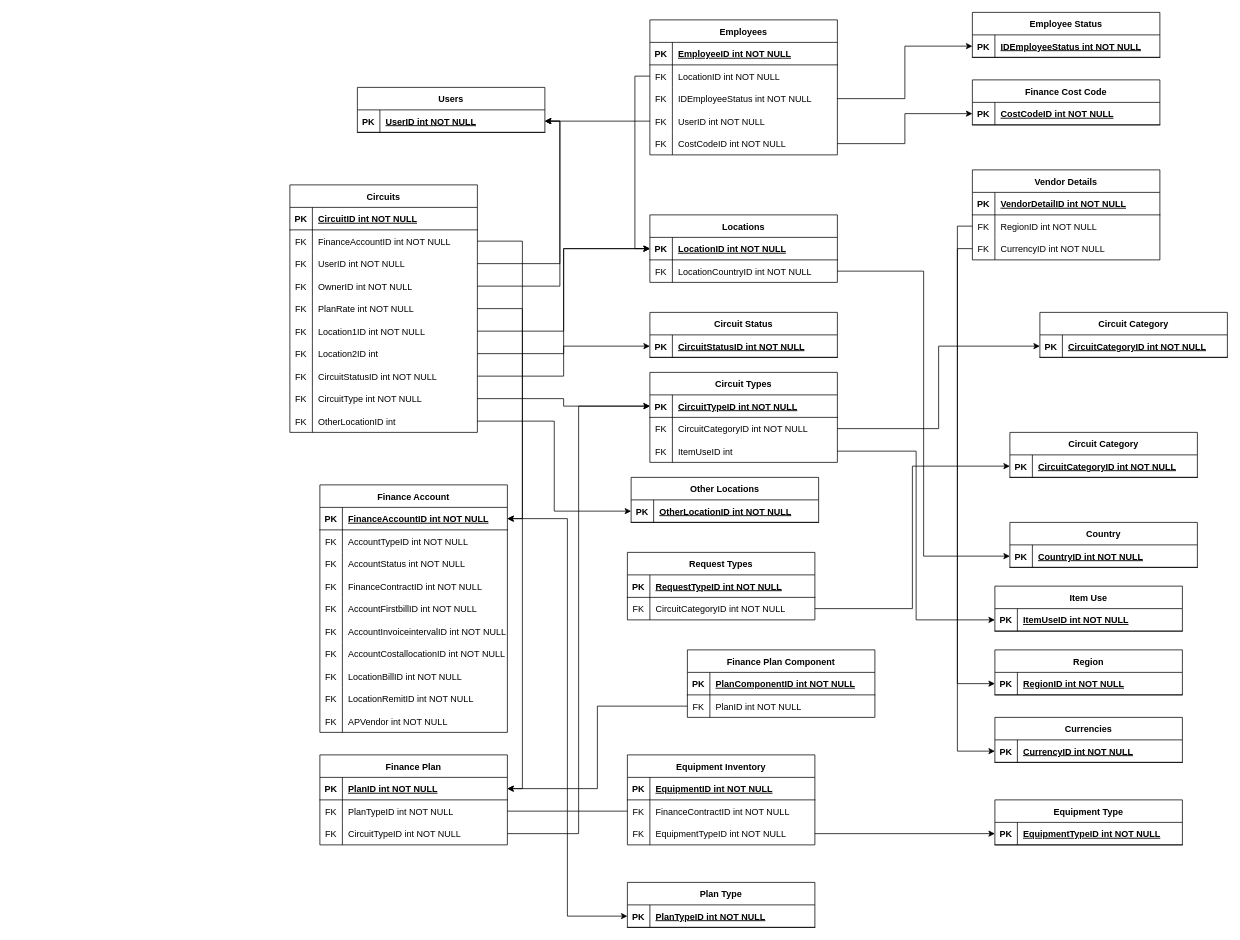
This is table-relationship.drawio from delatorrepsyche/Flowcharts, a draw.io file, before an edit. Source tidied: cells renumbered, new cells numbered last; positions are measured from the earlier drawing's top-left corner, leaving out a move shared by most shapes. Both pictures are drawn from the tidied source at 75%, with x=0, y=0 at pixel (290, 12).
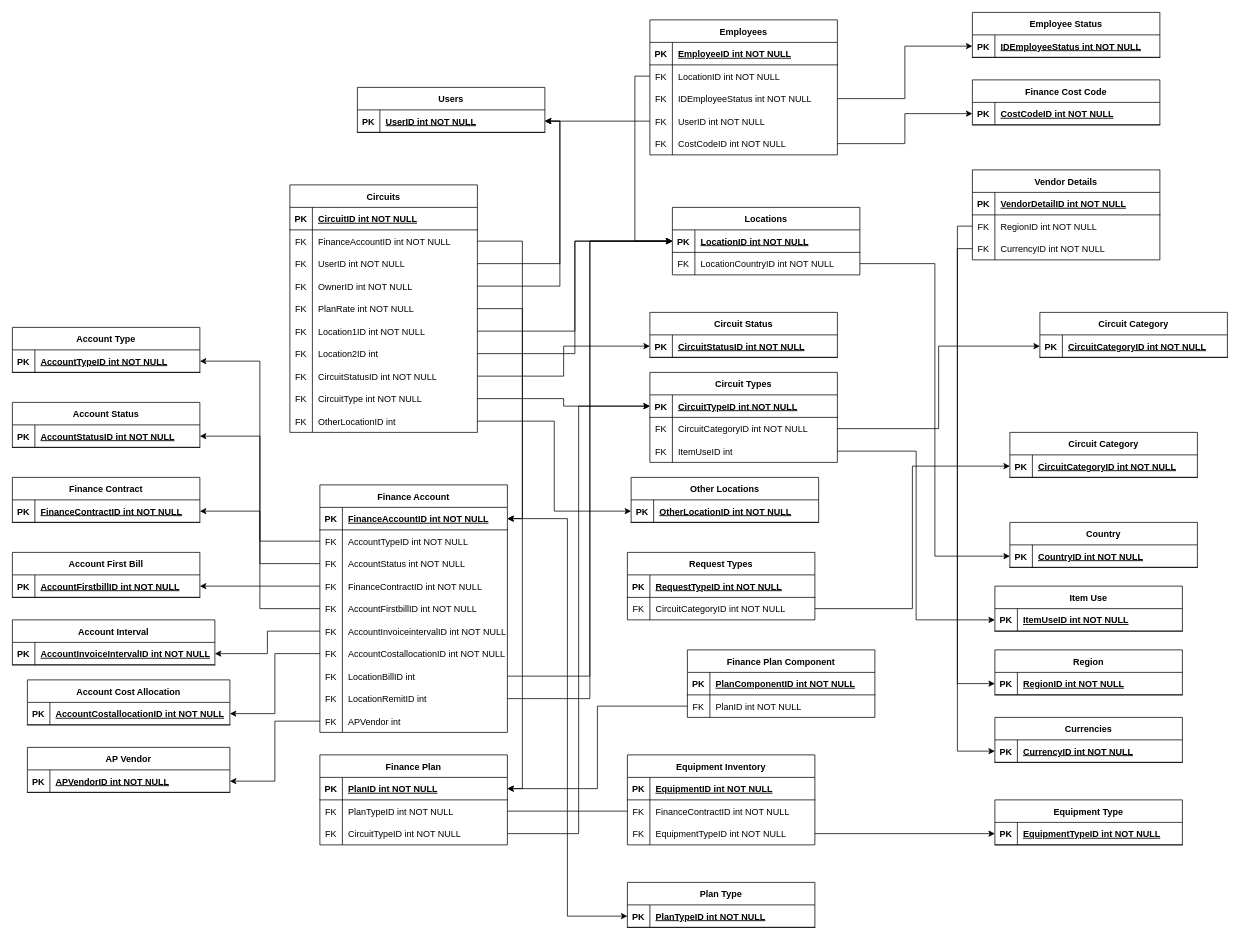
The same diagram, later.

Unchanged cells that the change refers to:
```xml
<mxCell id="19" style="shape=partialRectangle;fillColor=none;points=[[0,0.5],[1,0.5]];portConstraint=eastwest;top=0;left=0;right=0;bottom=1;" parent="18" vertex="1">
  <mxGeometry y="30" width="250" height="30" as="geometry" />
</mxCell>
<mxCell id="33" style="shape=partialRectangle;fillColor=none;points=[[0,0.5],[1,0.5]];portConstraint=eastwest;top=0;left=0;right=0;bottom=0;" parent="29" vertex="1">
  <mxGeometry y="60" width="250" height="30" as="geometry" />
</mxCell>
<mxCell id="36" style="shape=partialRectangle;fillColor=none;points=[[0,0.5],[1,0.5]];portConstraint=eastwest;top=0;left=0;right=0;bottom=0;" parent="29" vertex="1">
  <mxGeometry y="90" width="250" height="30" as="geometry" />
</mxCell>
<mxCell id="39" style="shape=partialRectangle;fillColor=none;points=[[0,0.5],[1,0.5]];portConstraint=eastwest;top=0;left=0;right=0;bottom=0;" parent="29" vertex="1">
  <mxGeometry y="120" width="250" height="30" as="geometry" />
</mxCell>
<mxCell id="42" style="shape=partialRectangle;fillColor=none;points=[[0,0.5],[1,0.5]];portConstraint=eastwest;top=0;left=0;right=0;bottom=0;" parent="29" vertex="1">
  <mxGeometry y="150" width="250" height="30" as="geometry" />
</mxCell>
<mxCell id="45" style="shape=partialRectangle;fillColor=none;points=[[0,0.5],[1,0.5]];portConstraint=eastwest;top=0;left=0;right=0;bottom=0;" parent="29" vertex="1">
  <mxGeometry y="180" width="250" height="30" as="geometry" />
</mxCell>
<mxCell id="48" style="shape=partialRectangle;fillColor=none;points=[[0,0.5],[1,0.5]];portConstraint=eastwest;top=0;left=0;right=0;bottom=0;" parent="29" vertex="1">
  <mxGeometry y="210" width="250" height="30" as="geometry" />
</mxCell>
<mxCell id="51" style="shape=partialRectangle;fillColor=none;points=[[0,0.5],[1,0.5]];portConstraint=eastwest;top=0;left=0;right=0;bottom=0;" parent="29" vertex="1">
  <mxGeometry y="240" width="250" height="30" as="geometry" />
</mxCell>
<mxCell id="54" style="shape=partialRectangle;fillColor=none;points=[[0,0.5],[1,0.5]];portConstraint=eastwest;top=0;left=0;right=0;bottom=0;" parent="29" vertex="1">
  <mxGeometry y="270" width="250" height="30" as="geometry" />
</mxCell>
<mxCell id="57" style="shape=partialRectangle;fillColor=none;points=[[0,0.5],[1,0.5]];portConstraint=eastwest;top=0;left=0;right=0;bottom=0;" parent="29" vertex="1">
  <mxGeometry y="300" width="250" height="30" as="geometry" />
</mxCell>
```

Diff of the diagram source:
```diff
@@
     <mxCell id="18" value="Locations" style="shape=table;startSize=30;childLayout=tableLayout;rowLines=0;fontStyle=1;align=center;" parent="1" vertex="1">
-      <mxGeometry x="480" y="270" width="250" height="90" as="geometry" />
+      <mxGeometry x="510" y="260" width="250" height="90" as="geometry" />
     </mxCell>
@@
-    <mxCell id="53" value="LocationBillID int NOT NULL" style="shape=partialRectangle;overflow=hidden;fillColor=none;top=0;left=0;bottom=0;right=0;align=left;spacingLeft=6;" parent="51" vertex="1">
+    <mxCell id="53" value="LocationBillID int " style="shape=partialRectangle;overflow=hidden;fillColor=none;top=0;left=0;bottom=0;right=0;align=left;spacingLeft=6;" parent="51" vertex="1">
       <mxGeometry x="30" width="220" height="30" as="geometry" />
     </mxCell>
@@
-    <mxCell id="56" value="LocationRemitID int NOT NULL" style="shape=partialRectangle;overflow=hidden;fillColor=none;top=0;left=0;bottom=0;right=0;align=left;spacingLeft=6;" parent="54" vertex="1">
+    <mxCell id="56" value="LocationRemitID int" style="shape=partialRectangle;overflow=hidden;fillColor=none;top=0;left=0;bottom=0;right=0;align=left;spacingLeft=6;" parent="54" vertex="1">
       <mxGeometry x="30" width="220" height="30" as="geometry" />
     </mxCell>
@@
-    <mxCell id="59" value="APVendor int NOT NULL" style="shape=partialRectangle;overflow=hidden;fillColor=none;top=0;left=0;bottom=0;right=0;align=left;spacingLeft=6;" parent="57" vertex="1">
+    <mxCell id="59" value="APVendor int" style="shape=partialRectangle;overflow=hidden;fillColor=none;top=0;left=0;bottom=0;right=0;align=left;spacingLeft=6;" parent="57" vertex="1">
       <mxGeometry x="30" width="220" height="30" as="geometry" />
     </mxCell>
@@
+    <mxCell id="217" value="Account Type" style="shape=table;startSize=30;childLayout=tableLayout;rowLines=0;fontStyle=1;align=center;" parent="1" vertex="1">
+      <mxGeometry x="-370" y="420" width="250" height="60" as="geometry" />
+    </mxCell>
+    <mxCell id="218" style="shape=partialRectangle;fillColor=none;points=[[0,0.5],[1,0.5]];portConstraint=eastwest;top=0;left=0;right=0;bottom=1;" parent="217" vertex="1">
+      <mxGeometry y="30" width="250" height="30" as="geometry" />
+    </mxCell>
+    <mxCell id="219" value="PK" style="shape=partialRectangle;overflow=hidden;fillColor=none;top=0;left=0;bottom=0;right=0;fontStyle=1;" parent="218" vertex="1">
+      <mxGeometry width="30" height="30" as="geometry" />
+    </mxCell>
+    <mxCell id="220" value="AccountTypeID int NOT NULL " style="shape=partialRectangle;overflow=hidden;fillColor=none;top=0;left=0;bottom=0;right=0;align=left;spacingLeft=6;fontStyle=5;" parent="218" vertex="1">
+      <mxGeometry x="30" width="220" height="30" as="geometry" />
+    </mxCell>
+    <mxCell id="221" style="edgeStyle=orthogonalEdgeStyle;rounded=0;jettySize=auto;html=1;exitX=0;exitY=0.5;exitDx=0;exitDy=0;entryX=1;entryY=0.5;entryDx=0;entryDy=0;" parent="1" edge="1" source="33" target="218">
+      <mxGeometry relative="1" as="geometry" />
+    </mxCell>
+    <mxCell id="222" value="Account Status" style="shape=table;startSize=30;childLayout=tableLayout;rowLines=0;fontStyle=1;align=center;" parent="1" vertex="1">
+      <mxGeometry x="-370" y="520" width="250" height="60" as="geometry" />
+    </mxCell>
+    <mxCell id="223" style="shape=partialRectangle;fillColor=none;points=[[0,0.5],[1,0.5]];portConstraint=eastwest;top=0;left=0;right=0;bottom=1;" parent="222" vertex="1">
+      <mxGeometry y="30" width="250" height="30" as="geometry" />
+    </mxCell>
+    <mxCell id="224" value="PK" style="shape=partialRectangle;overflow=hidden;fillColor=none;top=0;left=0;bottom=0;right=0;fontStyle=1;" parent="223" vertex="1">
+      <mxGeometry width="30" height="30" as="geometry" />
+    </mxCell>
+    <mxCell id="225" value="AccountStatusID int NOT NULL " style="shape=partialRectangle;overflow=hidden;fillColor=none;top=0;left=0;bottom=0;right=0;align=left;spacingLeft=6;fontStyle=5;" parent="223" vertex="1">
+      <mxGeometry x="30" width="220" height="30" as="geometry" />
+    </mxCell>
+    <mxCell id="226" style="edgeStyle=orthogonalEdgeStyle;rounded=0;jettySize=auto;html=1;exitX=0;exitY=0.5;exitDx=0;exitDy=0;entryX=1;entryY=0.5;entryDx=0;entryDy=0;" parent="1" edge="1" source="36" target="223">
+      <mxGeometry relative="1" as="geometry" />
+    </mxCell>
+    <mxCell id="227" value="Finance Contract" style="shape=table;startSize=30;childLayout=tableLayout;rowLines=0;fontStyle=1;align=center;" parent="1" vertex="1">
+      <mxGeometry x="-370" y="620" width="250" height="60" as="geometry" />
+    </mxCell>
+    <mxCell id="228" style="shape=partialRectangle;fillColor=none;points=[[0,0.5],[1,0.5]];portConstraint=eastwest;top=0;left=0;right=0;bottom=1;" parent="227" vertex="1">
+      <mxGeometry y="30" width="250" height="30" as="geometry" />
+    </mxCell>
+    <mxCell id="229" value="PK" style="shape=partialRectangle;overflow=hidden;fillColor=none;top=0;left=0;bottom=0;right=0;fontStyle=1;" parent="228" vertex="1">
+      <mxGeometry width="30" height="30" as="geometry" />
+    </mxCell>
+    <mxCell id="230" value="FinanceContractID int NOT NULL " style="shape=partialRectangle;overflow=hidden;fillColor=none;top=0;left=0;bottom=0;right=0;align=left;spacingLeft=6;fontStyle=5;" parent="228" vertex="1">
+      <mxGeometry x="30" width="220" height="30" as="geometry" />
+    </mxCell>
+    <mxCell id="231" style="edgeStyle=orthogonalEdgeStyle;rounded=0;jettySize=auto;html=1;exitX=0;exitY=0.5;exitDx=0;exitDy=0;entryX=1;entryY=0.5;entryDx=0;entryDy=0;" parent="1" edge="1" source="39" target="228">
+      <mxGeometry relative="1" as="geometry" />
+    </mxCell>
+    <mxCell id="232" value="Account First Bill" style="shape=table;startSize=30;childLayout=tableLayout;rowLines=0;fontStyle=1;align=center;" parent="1" vertex="1">
+      <mxGeometry x="-370" y="720" width="250" height="60" as="geometry" />
+    </mxCell>
+    <mxCell id="233" style="shape=partialRectangle;fillColor=none;points=[[0,0.5],[1,0.5]];portConstraint=eastwest;top=0;left=0;right=0;bottom=1;" parent="232" vertex="1">
+      <mxGeometry y="30" width="250" height="30" as="geometry" />
+    </mxCell>
+    <mxCell id="234" value="PK" style="shape=partialRectangle;overflow=hidden;fillColor=none;top=0;left=0;bottom=0;right=0;fontStyle=1;" parent="233" vertex="1">
+      <mxGeometry width="30" height="30" as="geometry" />
+    </mxCell>
+    <mxCell id="235" value="AccountFirstbillID int NOT NULL " style="shape=partialRectangle;overflow=hidden;fillColor=none;top=0;left=0;bottom=0;right=0;align=left;spacingLeft=6;fontStyle=5;" parent="233" vertex="1">
+      <mxGeometry x="30" width="220" height="30" as="geometry" />
+    </mxCell>
+    <mxCell id="236" style="edgeStyle=orthogonalEdgeStyle;rounded=0;jettySize=auto;html=1;exitX=0;exitY=0.5;exitDx=0;exitDy=0;" parent="1" edge="1" source="42" target="233">
+      <mxGeometry relative="1" as="geometry" />
+    </mxCell>
+    <mxCell id="237" value="Account Interval" style="shape=table;startSize=30;childLayout=tableLayout;rowLines=0;fontStyle=1;align=center;" parent="1" vertex="1">
+      <mxGeometry x="-370" y="810" width="270" height="60" as="geometry" />
+    </mxCell>
+    <mxCell id="238" style="shape=partialRectangle;fillColor=none;points=[[0,0.5],[1,0.5]];portConstraint=eastwest;top=0;left=0;right=0;bottom=1;" parent="237" vertex="1">
+      <mxGeometry y="30" width="270" height="30" as="geometry" />
+    </mxCell>
+    <mxCell id="239" value="PK" style="shape=partialRectangle;overflow=hidden;fillColor=none;top=0;left=0;bottom=0;right=0;fontStyle=1;" parent="238" vertex="1">
+      <mxGeometry width="30" height="30" as="geometry" />
+    </mxCell>
+    <mxCell id="240" value="AccountInvoiceIntervalID int NOT NULL " style="shape=partialRectangle;overflow=hidden;fillColor=none;top=0;left=0;bottom=0;right=0;align=left;spacingLeft=6;fontStyle=5;" parent="238" vertex="1">
+      <mxGeometry x="30" width="240" height="30" as="geometry" />
+    </mxCell>
+    <mxCell id="241" style="edgeStyle=orthogonalEdgeStyle;rounded=0;jettySize=auto;html=1;exitX=0;exitY=0.5;exitDx=0;exitDy=0;entryX=1;entryY=0.5;entryDx=0;entryDy=0;" parent="1" edge="1" source="45" target="238">
+      <mxGeometry relative="1" as="geometry" />
+    </mxCell>
+    <mxCell id="242" value="Account Cost Allocation" style="shape=table;startSize=30;childLayout=tableLayout;rowLines=0;fontStyle=1;align=center;" parent="1" vertex="1">
+      <mxGeometry x="-350" y="890" width="270" height="60" as="geometry" />
+    </mxCell>
+    <mxCell id="243" style="shape=partialRectangle;fillColor=none;points=[[0,0.5],[1,0.5]];portConstraint=eastwest;top=0;left=0;right=0;bottom=1;" parent="242" vertex="1">
+      <mxGeometry y="30" width="270" height="30" as="geometry" />
+    </mxCell>
+    <mxCell id="244" value="PK" style="shape=partialRectangle;overflow=hidden;fillColor=none;top=0;left=0;bottom=0;right=0;fontStyle=1;" parent="243" vertex="1">
+      <mxGeometry width="30" height="30" as="geometry" />
+    </mxCell>
+    <mxCell id="245" value="AccountCostallocationID int NOT NULL " style="shape=partialRectangle;overflow=hidden;fillColor=none;top=0;left=0;bottom=0;right=0;align=left;spacingLeft=6;fontStyle=5;" parent="243" vertex="1">
+      <mxGeometry x="30" width="240" height="30" as="geometry" />
+    </mxCell>
+    <mxCell id="246" style="edgeStyle=orthogonalEdgeStyle;rounded=0;jettySize=auto;html=1;exitX=0;exitY=0.5;exitDx=0;exitDy=0;entryX=1;entryY=0.5;entryDx=0;entryDy=0;" parent="1" edge="1" source="48" target="243">
+      <mxGeometry relative="1" as="geometry" />
+    </mxCell>
+    <mxCell id="247" value="AP Vendor" style="shape=table;startSize=30;childLayout=tableLayout;rowLines=0;fontStyle=1;align=center;" parent="1" vertex="1">
+      <mxGeometry x="-350" y="980" width="270" height="60" as="geometry" />
+    </mxCell>
+    <mxCell id="248" style="shape=partialRectangle;fillColor=none;points=[[0,0.5],[1,0.5]];portConstraint=eastwest;top=0;left=0;right=0;bottom=1;" parent="247" vertex="1">
+      <mxGeometry y="30" width="270" height="30" as="geometry" />
+    </mxCell>
+    <mxCell id="249" value="PK" style="shape=partialRectangle;overflow=hidden;fillColor=none;top=0;left=0;bottom=0;right=0;fontStyle=1;" parent="248" vertex="1">
+      <mxGeometry width="30" height="30" as="geometry" />
+    </mxCell>
+    <mxCell id="250" value="APVendorID int NOT NULL " style="shape=partialRectangle;overflow=hidden;fillColor=none;top=0;left=0;bottom=0;right=0;align=left;spacingLeft=6;fontStyle=5;" parent="248" vertex="1">
+      <mxGeometry x="30" width="240" height="30" as="geometry" />
+    </mxCell>
+    <mxCell id="251" style="edgeStyle=orthogonalEdgeStyle;rounded=0;jettySize=auto;html=1;exitX=1;exitY=0.5;exitDx=0;exitDy=0;entryX=0;entryY=0.5;entryDx=0;entryDy=0;" parent="1" edge="1" source="51" target="19">
+      <mxGeometry relative="1" as="geometry" />
+    </mxCell>
+    <mxCell id="252" style="edgeStyle=orthogonalEdgeStyle;rounded=0;jettySize=auto;html=1;exitX=1;exitY=0.5;exitDx=0;exitDy=0;entryX=0;entryY=0.5;entryDx=0;entryDy=0;" parent="1" edge="1" source="54" target="19">
+      <mxGeometry relative="1" as="geometry" />
+    </mxCell>
+    <mxCell id="253" style="edgeStyle=orthogonalEdgeStyle;rounded=0;jettySize=auto;html=1;exitX=0;exitY=0.5;exitDx=0;exitDy=0;entryX=1;entryY=0.5;entryDx=0;entryDy=0;" parent="1" edge="1" source="57" target="248">
+      <mxGeometry relative="1" as="geometry" />
+    </mxCell>
```
